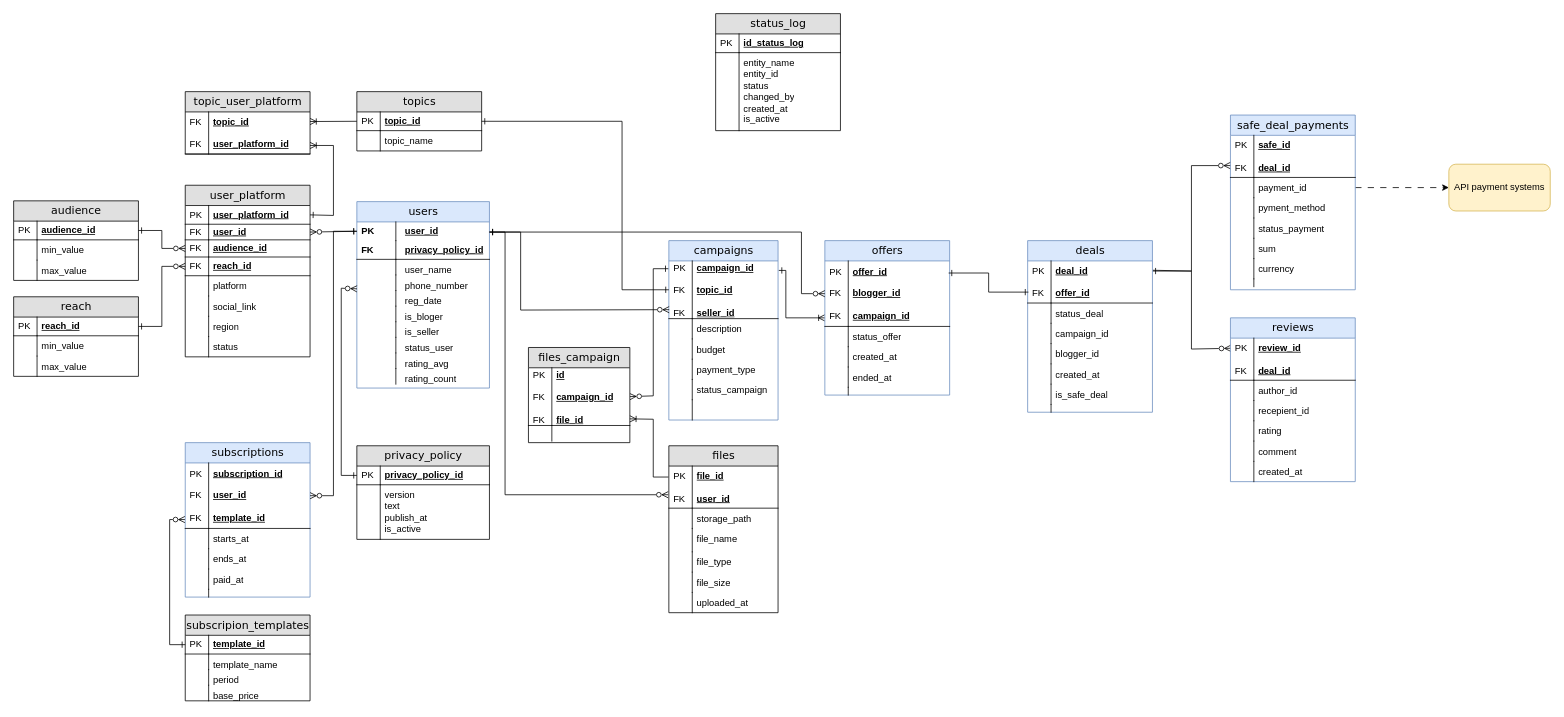
Earlier version of the draw.io diagram diagrams/erd.drawio.xml (NadezdaHope19/practice). Source tidied: cells renumbered, new cells numbered last; positions are measured from the earlier drawing's top-left corner, leaving out a move shared by most shapes. Both pictures are drawn from the tidied source at 78%, with x=0, y=0 at pixel (13, 13).
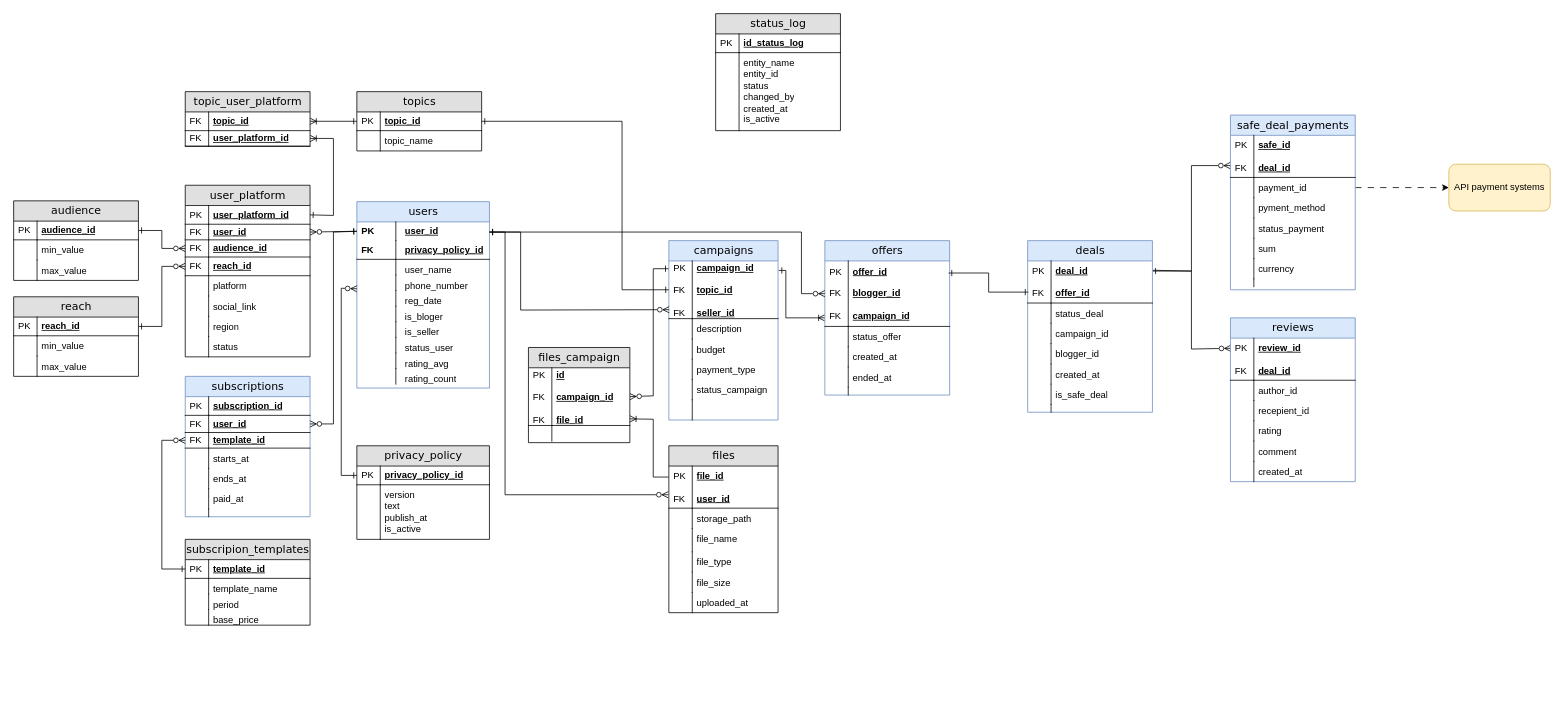
Above is the later version.

The change refers to these unchanged cells:
```xml
<mxCell id="3" value="user_id" style="shape=partialRectangle;top=0;left=0;right=0;bottom=0;html=1;align=left;verticalAlign=middle;fillColor=none;spacingLeft=60;spacingRight=4;whiteSpace=wrap;overflow=hidden;points=[[0,0.5],[1,0.5]];portConstraint=eastwest;fontStyle=5;" parent="2" vertex="1">
  <mxGeometry y="26" width="170" height="24" as="geometry" />
</mxCell>
<mxCell id="79" value="topic_id" style="shape=partialRectangle;top=0;left=0;right=0;bottom=1;html=1;align=left;verticalAlign=middle;fillColor=none;spacingLeft=34;spacingRight=4;whiteSpace=wrap;overflow=hidden;points=[[0,0.5],[1,0.5]];portConstraint=eastwest;fontStyle=5;" parent="78" vertex="1">
  <mxGeometry y="26" width="160" height="24" as="geometry" />
</mxCell>
<mxCell id="84" value="&lt;div&gt;&lt;span style=&quot;background-color: transparent; color: light-dark(rgb(0, 0, 0), rgb(255, 255, 255));&quot;&gt;user_platform_id&lt;/span&gt;&lt;/div&gt;" style="shape=partialRectangle;top=0;left=0;right=0;bottom=1;html=1;align=left;verticalAlign=middle;fillColor=none;spacingLeft=34;spacingRight=4;whiteSpace=wrap;overflow=hidden;points=[[0,0.5],[1,0.5]];portConstraint=eastwest;fontStyle=5;" parent="83" vertex="1">
  <mxGeometry y="26" width="160" height="24" as="geometry" />
</mxCell>
<mxCell id="139" value="template_id" style="shape=partialRectangle;top=0;left=0;right=0;bottom=1;html=1;align=left;verticalAlign=middle;fillColor=none;spacingLeft=34;spacingRight=4;whiteSpace=wrap;overflow=hidden;points=[[0,0.5],[1,0.5]];portConstraint=eastwest;fontStyle=5;" parent="138" vertex="1">
  <mxGeometry y="26" width="160" height="24" as="geometry" />
</mxCell>
```

What changed in the source:
```diff
@@
     <mxCell id="54" value="subscriptions" style="swimlane;html=1;fontStyle=0;horizontal=1;startSize=26;fillColor=#dae8fc;swimlaneFillColor=#ffffff;align=center;rounded=0;shadow=0;comic=0;labelBackgroundColor=none;strokeWidth=1;fontFamily=Verdana;fontSize=14;strokeColor=#6c8ebf;" parent="1" vertex="1">
-      <mxGeometry x="220" y="550" width="160" height="198" as="geometry" />
+      <mxGeometry x="220" y="465" width="160" height="180" as="geometry" />
     </mxCell>
-    <mxCell id="55" value="subscription_id&lt;div&gt;&lt;br&gt;&lt;/div&gt;&lt;div&gt;user_id&lt;/div&gt;&lt;div&gt;&lt;br&gt;&lt;/div&gt;&lt;div&gt;template_id&lt;/div&gt;" style="shape=partialRectangle;top=0;left=0;right=0;bottom=1;html=1;align=left;verticalAlign=middle;fillColor=none;spacingLeft=34;spacingRight=4;whiteSpace=wrap;overflow=hidden;points=[[0,0.5],[1,0.5]];portConstraint=eastwest;fontStyle=5;" parent="54" vertex="1">
-      <mxGeometry y="26" width="160" height="84" as="geometry" />
+    <mxCell id="55" value="subscription_id" style="shape=partialRectangle;top=0;left=0;right=0;bottom=1;html=1;align=left;verticalAlign=middle;fillColor=none;spacingLeft=34;spacingRight=4;whiteSpace=wrap;overflow=hidden;points=[[0,0.5],[1,0.5]];portConstraint=eastwest;fontStyle=5;" parent="54" vertex="1">
+      <mxGeometry y="26" width="160" height="24" as="geometry" />
     </mxCell>
-    <mxCell id="56" value="PK&lt;div&gt;&lt;br&gt;&lt;/div&gt;&lt;div&gt;FK&lt;/div&gt;&lt;div&gt;&lt;br&gt;&lt;/div&gt;&lt;div&gt;FK&lt;/div&gt;" style="shape=partialRectangle;top=0;left=0;bottom=0;html=1;fillColor=none;align=left;verticalAlign=middle;spacingLeft=4;spacingRight=4;whiteSpace=wrap;overflow=hidden;" parent="55" vertex="1">
-      <mxGeometry width="30" height="84" as="geometry" />
+    <mxCell id="56" value="PK" style="shape=partialRectangle;top=0;left=0;bottom=0;html=1;fillColor=none;align=left;verticalAlign=middle;spacingLeft=4;spacingRight=4;whiteSpace=wrap;overflow=hidden;" parent="55" vertex="1">
+      <mxGeometry width="30" height="24" as="geometry" />
     </mxCell>
+    <mxCell id="197" value="&lt;div&gt;&lt;span style=&quot;background-color: transparent; color: light-dark(rgb(0, 0, 0), rgb(255, 255, 255));&quot;&gt;user_id&lt;/span&gt;&lt;/div&gt;" style="shape=partialRectangle;top=0;left=0;right=0;bottom=1;html=1;align=left;verticalAlign=middle;fillColor=none;spacingLeft=34;spacingRight=4;whiteSpace=wrap;overflow=hidden;points=[[0,0.5],[1,0.5]];portConstraint=eastwest;fontStyle=5;" parent="54" vertex="1">
+      <mxGeometry y="50" width="160" height="22" as="geometry" />
+    </mxCell>
+    <mxCell id="198" value="&lt;div&gt;&lt;span style=&quot;background-color: transparent; color: light-dark(rgb(0, 0, 0), rgb(255, 255, 255));&quot;&gt;FK&lt;/span&gt;&lt;/div&gt;" style="shape=partialRectangle;top=0;left=0;bottom=0;html=1;fillColor=none;align=left;verticalAlign=middle;spacingLeft=4;spacingRight=4;whiteSpace=wrap;overflow=hidden;" parent="197" vertex="1">
+      <mxGeometry width="30" height="22" as="geometry" />
+    </mxCell>
+    <mxCell id="199" value="&lt;div&gt;&lt;span style=&quot;background-color: transparent; color: light-dark(rgb(0, 0, 0), rgb(255, 255, 255));&quot;&gt;template_id&lt;/span&gt;&lt;/div&gt;" style="shape=partialRectangle;top=0;left=0;right=0;bottom=1;html=1;align=left;verticalAlign=middle;fillColor=none;spacingLeft=34;spacingRight=4;whiteSpace=wrap;overflow=hidden;points=[[0,0.5],[1,0.5]];portConstraint=eastwest;fontStyle=5;" parent="54" vertex="1">
+      <mxGeometry y="72" width="160" height="20" as="geometry" />
+    </mxCell>
+    <mxCell id="200" value="&lt;div&gt;&lt;span style=&quot;background-color: transparent; color: light-dark(rgb(0, 0, 0), rgb(255, 255, 255));&quot;&gt;FK&lt;/span&gt;&lt;/div&gt;" style="shape=partialRectangle;top=0;left=0;bottom=0;html=1;fillColor=none;align=left;verticalAlign=middle;spacingLeft=4;spacingRight=4;whiteSpace=wrap;overflow=hidden;" parent="199" vertex="1">
+      <mxGeometry width="30" height="20" as="geometry" />
+    </mxCell>
     <mxCell id="57" value="starts_at" style="shape=partialRectangle;top=0;left=0;right=0;bottom=0;html=1;align=left;verticalAlign=top;fillColor=none;spacingLeft=34;spacingRight=4;whiteSpace=wrap;overflow=hidden;" parent="54" vertex="1">
-      <mxGeometry y="110" width="160" height="26" as="geometry" />
+      <mxGeometry y="92" width="160" height="26" as="geometry" />
     </mxCell>
@@
     <mxCell id="59" value="ends_at" style="shape=partialRectangle;top=0;left=0;right=0;bottom=0;html=1;align=left;verticalAlign=top;fillColor=none;spacingLeft=34;spacingRight=4;whiteSpace=wrap;overflow=hidden;" parent="54" vertex="1">
-      <mxGeometry y="136" width="160" height="26" as="geometry" />
+      <mxGeometry y="118" width="160" height="26" as="geometry" />
     </mxCell>
@@
     <mxCell id="61" value="paid_at" style="shape=partialRectangle;top=0;left=0;right=0;bottom=0;html=1;align=left;verticalAlign=top;fillColor=none;spacingLeft=34;spacingRight=4;whiteSpace=wrap;overflow=hidden;" parent="54" vertex="1">
-      <mxGeometry y="162" width="160" height="26" as="geometry" />
+      <mxGeometry y="144" width="160" height="26" as="geometry" />
     </mxCell>
@@
     <mxCell id="63" style="shape=partialRectangle;top=0;left=0;right=0;bottom=0;html=1;align=left;verticalAlign=top;fillColor=none;spacingLeft=34;spacingRight=4;whiteSpace=wrap;overflow=hidden;" parent="54" vertex="1">
-      <mxGeometry y="188" width="160" height="10" as="geometry" />
+      <mxGeometry y="170" width="160" height="10" as="geometry" />
     </mxCell>
@@
     <mxCell id="114" value="topic_user_platform" style="swimlane;html=1;fontStyle=0;horizontal=1;startSize=26;fillColor=#e0e0e0;swimlaneFillColor=#ffffff;align=center;rounded=0;shadow=0;comic=0;labelBackgroundColor=none;strokeWidth=1;fontFamily=Verdana;fontSize=14;swimlaneLine=1;" parent="1" vertex="1">
-      <mxGeometry x="220" y="100" width="160" height="80" as="geometry" />
+      <mxGeometry x="220" y="100" width="160" height="70" as="geometry" />
     </mxCell>
-    <mxCell id="115" value="topic_id&lt;div&gt;&lt;br&gt;&lt;/div&gt;&lt;div&gt;user_platform_id&lt;/div&gt;" style="shape=partialRectangle;top=0;left=0;right=0;bottom=1;html=1;align=left;verticalAlign=middle;fillColor=none;spacingLeft=34;spacingRight=4;whiteSpace=wrap;overflow=hidden;points=[[0,0.5],[1,0.5]];portConstraint=eastwest;fontStyle=5;" parent="114" vertex="1">
-      <mxGeometry y="26" width="160" height="54" as="geometry" />
+    <mxCell id="115" value="topic_id" style="shape=partialRectangle;top=0;left=0;right=0;bottom=1;html=1;align=left;verticalAlign=middle;fillColor=none;spacingLeft=34;spacingRight=4;whiteSpace=wrap;overflow=hidden;points=[[0,0.5],[1,0.5]];portConstraint=eastwest;fontStyle=5;" parent="114" vertex="1">
+      <mxGeometry y="26" width="160" height="24" as="geometry" />
     </mxCell>
-    <mxCell id="116" value="FK&lt;div&gt;&lt;br&gt;&lt;/div&gt;&lt;div&gt;FK&lt;/div&gt;" style="shape=partialRectangle;top=0;left=0;bottom=0;html=1;fillColor=none;align=left;verticalAlign=middle;spacingLeft=4;spacingRight=4;whiteSpace=wrap;overflow=hidden;" parent="115" vertex="1">
-      <mxGeometry width="30" height="54" as="geometry" />
+    <mxCell id="116" value="FK" style="shape=partialRectangle;top=0;left=0;bottom=0;html=1;fillColor=none;align=left;verticalAlign=middle;spacingLeft=4;spacingRight=4;whiteSpace=wrap;overflow=hidden;" parent="115" vertex="1">
+      <mxGeometry width="30" height="24" as="geometry" />
     </mxCell>
+    <mxCell id="201" value="&lt;div&gt;&lt;span style=&quot;background-color: transparent; color: light-dark(rgb(0, 0, 0), rgb(255, 255, 255));&quot;&gt;user_platform_id&lt;/span&gt;&lt;/div&gt;" style="shape=partialRectangle;top=0;left=0;right=0;bottom=1;html=1;align=left;verticalAlign=middle;fillColor=none;spacingLeft=34;spacingRight=4;whiteSpace=wrap;overflow=hidden;points=[[0,0.5],[1,0.5]];portConstraint=eastwest;fontStyle=5;" parent="114" vertex="1">
+      <mxGeometry y="50" width="160" height="20" as="geometry" />
+    </mxCell>
+    <mxCell id="202" value="&lt;div&gt;&lt;span style=&quot;background-color: transparent; color: light-dark(rgb(0, 0, 0), rgb(255, 255, 255));&quot;&gt;FK&lt;/span&gt;&lt;/div&gt;" style="shape=partialRectangle;top=0;left=0;bottom=0;html=1;fillColor=none;align=left;verticalAlign=middle;spacingLeft=4;spacingRight=4;whiteSpace=wrap;overflow=hidden;" parent="201" vertex="1">
+      <mxGeometry width="30" height="20" as="geometry" />
+    </mxCell>
@@
-    <mxCell id="134" style="edgeStyle=none;rounded=0;jettySize=auto;html=1;exitX=0;exitY=0.5;exitDx=0;exitDy=0;endArrow=ERoneToMany;endFill=0;" parent="1" edge="1" source="79">
-      <mxGeometry relative="1" as="geometry">
-        <mxPoint x="380" y="138.3" as="targetPoint" />
-      </mxGeometry>
+    <mxCell id="134" style="edgeStyle=none;rounded=0;jettySize=auto;html=1;exitX=0;exitY=0.5;exitDx=0;exitDy=0;endArrow=ERoneToMany;endFill=0;entryX=1;entryY=0.5;entryDx=0;entryDy=0;startArrow=ERone;startFill=0;" parent="1" edge="1" source="79" target="115">
+      <mxGeometry relative="1" as="geometry" />
     </mxCell>
-    <mxCell id="135" style="edgeStyle=none;rounded=0;jettySize=auto;html=1;exitX=1;exitY=0.5;exitDx=0;exitDy=0;endArrow=ERoneToMany;endFill=0;startArrow=ERone;startFill=0;" parent="1" edge="1" source="84">
+    <mxCell id="135" style="edgeStyle=none;rounded=0;jettySize=auto;html=1;exitX=1;exitY=0.5;exitDx=0;exitDy=0;endArrow=ERoneToMany;endFill=0;startArrow=ERone;startFill=0;entryX=1;entryY=0.5;entryDx=0;entryDy=0;" parent="1" edge="1" source="84" target="201">
       <mxGeometry relative="1" as="geometry">
-        <mxPoint x="380" y="169" as="targetPoint" />
         <Array as="points">
           <mxPoint x="410" y="258.7" />
-          <mxPoint x="410" y="169" />
+          <mxPoint x="410" y="160" />
         </Array>
       </mxGeometry>
     </mxCell>
@@
-    <mxCell id="137" style="edgeStyle=none;rounded=0;jettySize=auto;html=1;exitX=1;exitY=0.5;exitDx=0;exitDy=0;endArrow=ERone;endFill=0;startArrow=ERzeroToMany;startFill=0;entryX=0;entryY=0.5;entryDx=0;entryDy=0;" parent="1" edge="1" source="55" target="3">
+    <mxCell id="137" style="edgeStyle=none;rounded=0;jettySize=auto;html=1;exitX=1;exitY=0.5;exitDx=0;exitDy=0;endArrow=ERone;endFill=0;startArrow=ERzeroToMany;startFill=0;entryX=0;entryY=0.5;entryDx=0;entryDy=0;" parent="1" edge="1" source="197" target="3">
       <mxGeometry relative="1" as="geometry">
         <Array as="points">
-          <mxPoint x="410" y="618" />
-          <mxPoint x="410" y="279" />
+          <mxPoint x="410" y="526" />
+          <mxPoint x="410" y="280" />
         </Array>
       </mxGeometry>
     </mxCell>
     <mxCell id="138" value="subscripion_templates" style="swimlane;html=1;fontStyle=0;horizontal=1;startSize=26;fillColor=#e0e0e0;swimlaneFillColor=#ffffff;align=center;rounded=0;shadow=0;comic=0;labelBackgroundColor=none;strokeWidth=1;fontFamily=Verdana;fontSize=14;swimlaneLine=1;" parent="1" vertex="1">
-      <mxGeometry x="220" y="771" width="160" height="110" as="geometry" />
+      <mxGeometry x="220" y="674" width="160" height="110" as="geometry" />
     </mxCell>
@@
-    <mxCell id="147" style="edgeStyle=none;rounded=0;jettySize=auto;html=1;endArrow=ERone;endFill=0;startArrow=ERzeroToMany;startFill=0;entryX=0;entryY=0.5;entryDx=0;entryDy=0;exitX=-0.003;exitY=0.864;exitDx=0;exitDy=0;exitPerimeter=0;" parent="1" edge="1" source="55" target="139">
+    <mxCell id="147" style="edgeStyle=none;rounded=0;jettySize=auto;html=1;endArrow=ERone;endFill=0;startArrow=ERzeroToMany;startFill=0;entryX=0;entryY=0.5;entryDx=0;entryDy=0;exitX=0;exitY=0.5;exitDx=0;exitDy=0;" parent="1" edge="1" source="199" target="139">
       <mxGeometry relative="1" as="geometry">
         <Array as="points">
-          <mxPoint x="200" y="648.6" />
-          <mxPoint x="200" y="809" />
+          <mxPoint x="190" y="547" />
+          <mxPoint x="190" y="712" />
         </Array>
       </mxGeometry>
     </mxCell>
```
